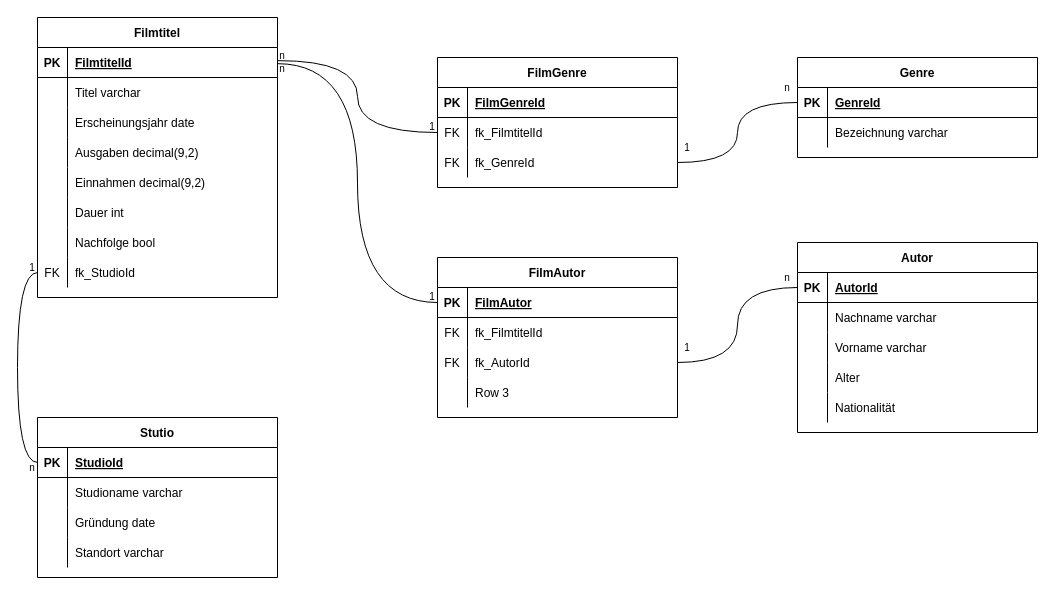
Before: Filmdatenbank.drawio in Lewdca/M153-Filmdatenbank, a draw.io diagram. Source tidied: cells renumbered, new cells numbered last; positions are measured from the earlier drawing's top-left corner, leaving out a move shared by most shapes. Both pictures are drawn from the tidied source at 100%, with x=0, y=0 at pixel (22, 17).
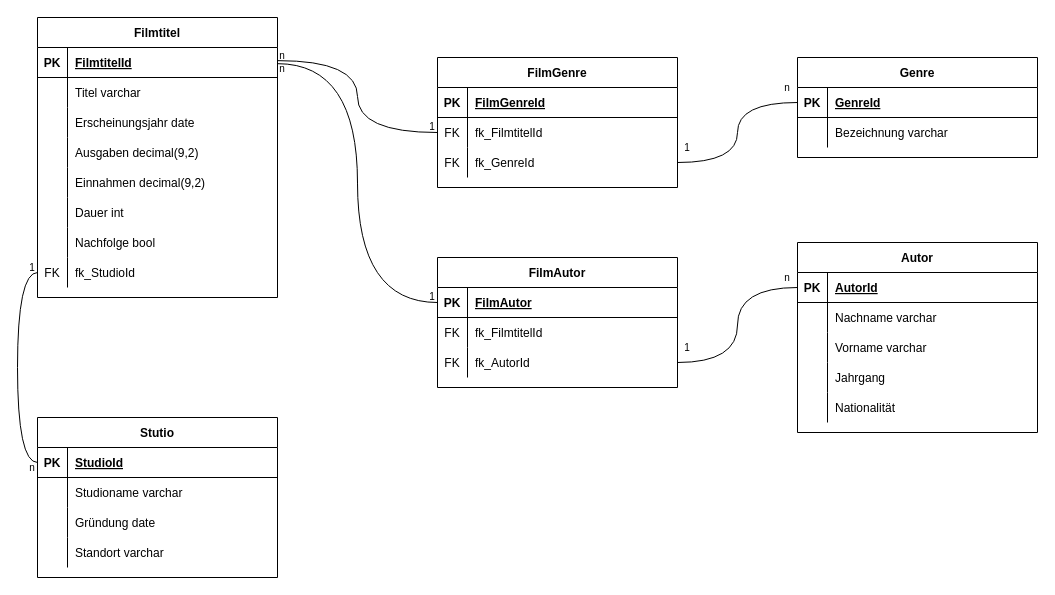
After the change.

Commit message (it also covers changes not shown here):
Relationales Model der Datenbank update

Unchanged cells that the change refers to:
```xml
<mxCell id="57" style="shape=tableRow;horizontal=0;startSize=0;swimlaneHead=0;swimlaneBody=0;fillColor=none;top=0;left=0;right=0;bottom=0;" parent="47" vertex="1">
  <mxGeometry y="120" width="240" height="30" as="geometry" />
</mxCell>
```

Change to the diagram source:
```diff
@@
-    <mxCell id="59" value="Alter" style="shape=partialRectangle;fillColor=none;top=0;left=0;bottom=0;right=0;align=left;spacingLeft=6;overflow=hidden;" parent="57" vertex="1">
+    <mxCell id="59" value="Jahrgang" style="shape=partialRectangle;fillColor=none;top=0;left=0;bottom=0;right=0;align=left;spacingLeft=6;overflow=hidden;" parent="57" vertex="1">
       <mxGeometry x="30" width="210" height="30" as="geometry" />
     </mxCell>
@@
     <mxCell id="73" value="FilmAutor" style="shape=table;startSize=30;childLayout=tableLayout;rowLines=0;fontStyle=1;align=center;" parent="1" vertex="1">
-      <mxGeometry x="415" y="240" width="240" height="160" as="geometry" />
+      <mxGeometry x="415" y="240" width="240" height="130" as="geometry" />
     </mxCell>
@@
-    <mxCell id="83" style="shape=tableRow;horizontal=0;startSize=0;swimlaneHead=0;swimlaneBody=0;fillColor=none;top=0;left=0;right=0;bottom=0;" parent="73" vertex="1">
-      <mxGeometry y="120" width="240" height="30" as="geometry" />
-    </mxCell>
-    <mxCell id="84" style="shape=partialRectangle;fillColor=none;top=0;left=0;bottom=0;right=0;overflow=hidden;" parent="83" vertex="1">
-      <mxGeometry width="30" height="30" as="geometry" />
-    </mxCell>
-    <mxCell id="85" value="Row 3" style="shape=partialRectangle;fillColor=none;top=0;left=0;bottom=0;right=0;align=left;spacingLeft=6;overflow=hidden;" parent="83" vertex="1">
-      <mxGeometry x="30" width="210" height="30" as="geometry" />
-    </mxCell>
```
